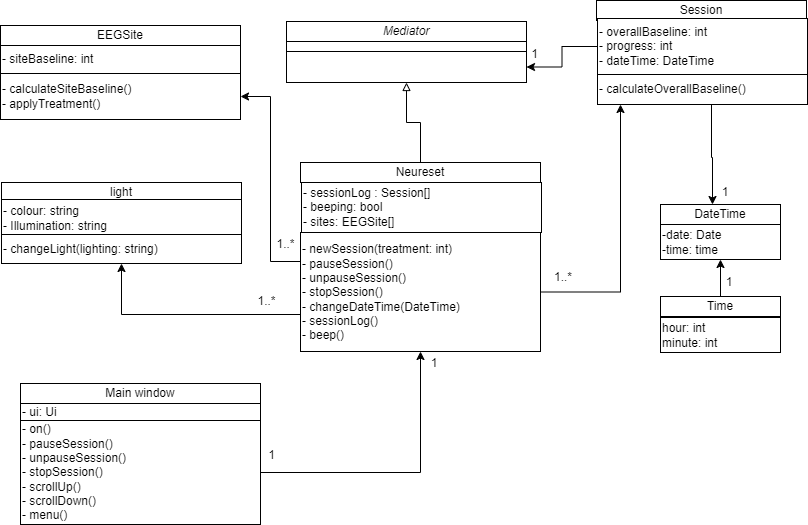
This is Diagrams/NeuresetUML.png from SaiPaladugu/neureset-comp3004, a draw.io export, as it was before one commit. Source tidied: cells renumbered, new cells last; positions are measured from the earlier drawing's top-left corner, leaving out a move shared by most shapes.
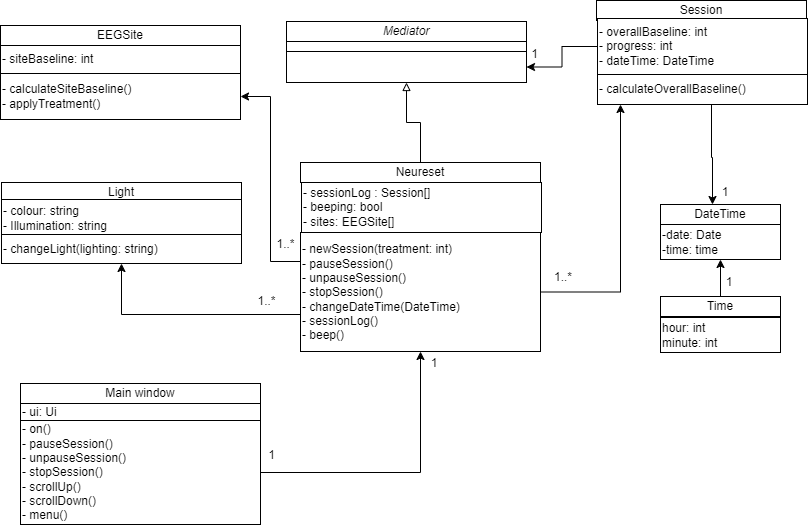
Later version of the same file.

What changed in the source:
```diff
@@ -119,7 +119,7 @@
     <mxCell id="34" value="- calculateSiteBaseline()&lt;div&gt;- applyTreatment()&lt;/div&gt;" style="rounded=0;whiteSpace=wrap;html=1;align=left;" parent="1" vertex="1">
       <mxGeometry y="73" width="240" height="46" as="geometry" />
     </mxCell>
-    <mxCell id="35" value="light" style="rounded=0;whiteSpace=wrap;html=1;" parent="1" vertex="1">
+    <mxCell id="35" value="Light" style="rounded=0;whiteSpace=wrap;html=1;" parent="1" vertex="1">
       <mxGeometry x="1" y="182" width="240" height="20" as="geometry" />
     </mxCell>
     <mxCell id="36" value="&lt;div style=&quot;&quot;&gt;- colour: string&lt;br&gt;- Illumination: string&lt;/div&gt;&lt;span id=&quot;docs-internal-guid-68782151-7fff-3128-4f7a-dbfb32c3a9ff&quot;&gt;&lt;/span&gt;" style="rounded=0;whiteSpace=wrap;html=1;align=left;" parent="1" vertex="1">
```
